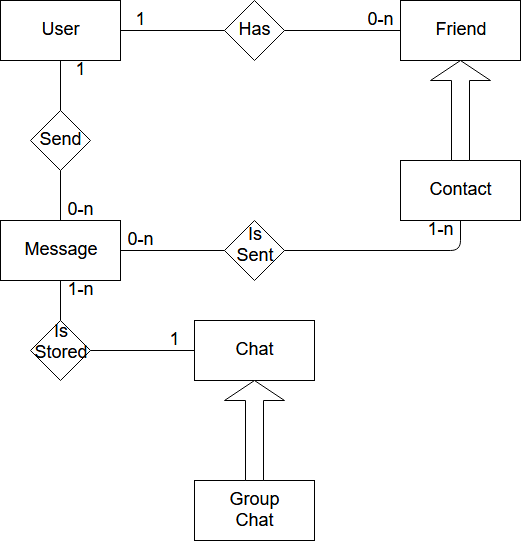
The draw.io diagram src/docs/images/domain model.png in Arquisoft/dechat_en3b, before a commit. Source tidied: cells renumbered, new cells last; positions are measured from the earlier drawing's top-left corner, leaving out a move shared by most shapes.
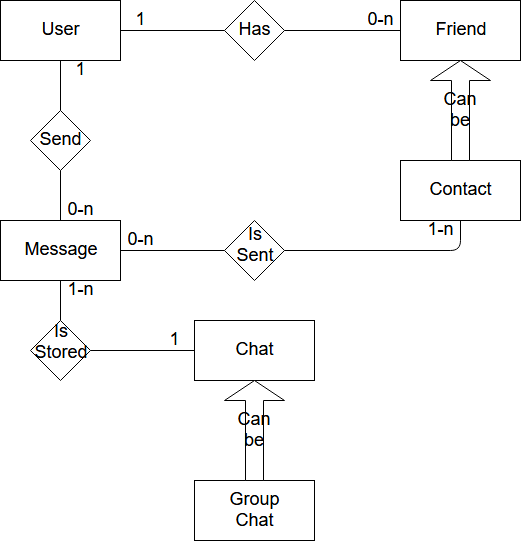
The same file after the commit.

Commit message:
fill domain concepts tables, fix e-r diagram

Change to the diagram source:
```diff
@@ -123,5 +123,11 @@
     <mxCell id="40" value="Group Chat" style="text;html=1;strokeColor=none;fillColor=none;align=center;verticalAlign=middle;whiteSpace=wrap;rounded=0;fontSize=18;" parent="1" vertex="1">
       <mxGeometry x="234" y="500" width="40" height="20" as="geometry" />
     </mxCell>
+    <mxCell id="41" value="&lt;font style=&quot;font-size: 18px&quot;&gt;Can be&lt;/font&gt;" style="text;html=1;strokeColor=none;fillColor=none;align=center;verticalAlign=middle;whiteSpace=wrap;rounded=0;" parent="1" vertex="1">
+      <mxGeometry x="440" y="100" width="40" height="20" as="geometry" />
+    </mxCell>
+    <mxCell id="42" value="&lt;font style=&quot;font-size: 18px&quot;&gt;Can be&lt;/font&gt;" style="text;html=1;strokeColor=none;fillColor=none;align=center;verticalAlign=middle;whiteSpace=wrap;rounded=0;" parent="1" vertex="1">
+      <mxGeometry x="234" y="420" width="40" height="20" as="geometry" />
+    </mxCell>
   </root>
 </mxGraphModel>
```
